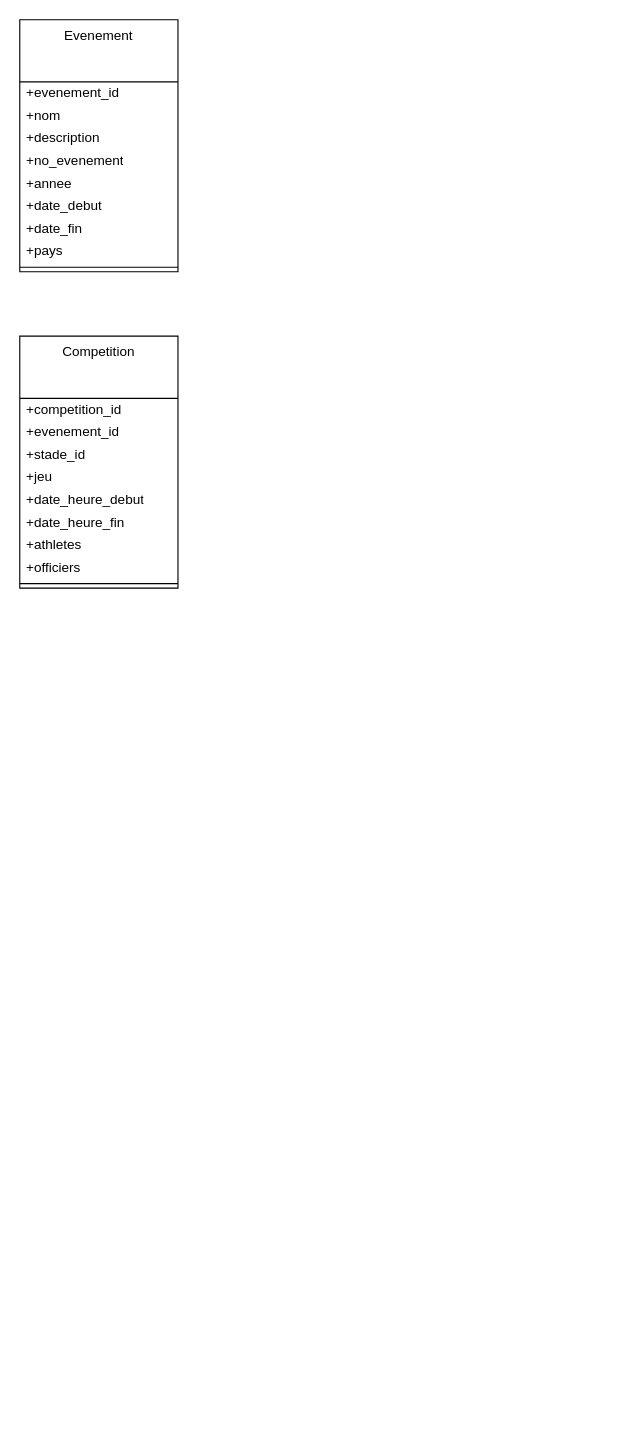
Above: nosql.drawio in Kaji17/Diagramme-UML (draw.io), before the change. Source tidied: cells renumbered, new cells numbered last; positions are measured from the earlier drawing's top-left corner, leaving out a move shared by most shapes. Both pictures are drawn from the tidied source at 113%, with x=0, y=0 at pixel (19, 19).
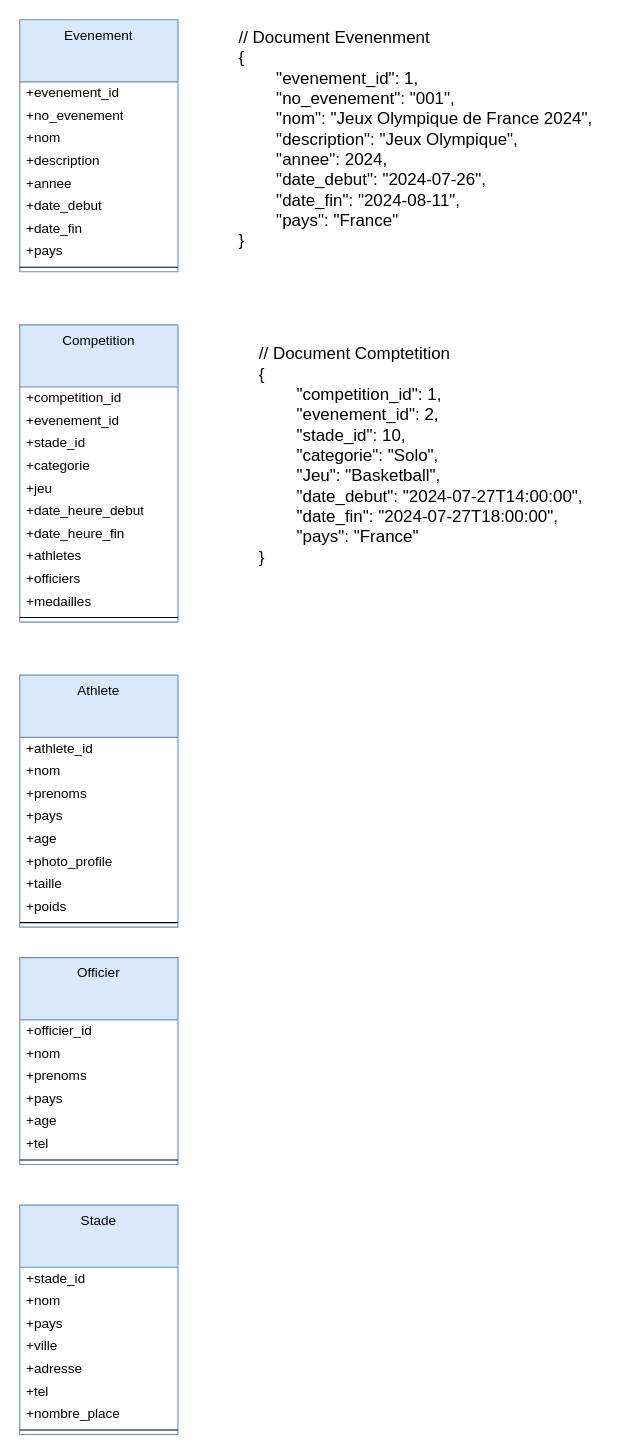
After the change.

Commit message:
Mettre à jour nosql.drawio

Change to the diagram source:
```diff
@@
-    <mxCell id="2" value="Evenement" style="swimlane;fontStyle=0;align=center;verticalAlign=top;horizontal=1;startSize=55;html=1;whiteSpace=wrap;" parent="1" vertex="1">
+    <mxCell id="2" value="Evenement" style="swimlane;fontStyle=0;align=center;verticalAlign=top;horizontal=1;startSize=55;html=1;whiteSpace=wrap;fillColor=#dae8fc;strokeColor=#6c8ebf;" parent="1" vertex="1">
       <mxGeometry width="140" height="223" as="geometry" />
     </mxCell>
@@
+    <mxCell id="6" value="+no_evenement" style="text;html=1;strokeColor=none;fillColor=none;align=left;verticalAlign=middle;spacingLeft=4;spacingRight=4;overflow=hidden;whiteSpace=wrap;" parent="2" vertex="1">
+      <mxGeometry y="75" width="140" height="20" as="geometry" />
+    </mxCell>
     <mxCell id="4" value="+nom" style="text;html=1;strokeColor=none;fillColor=none;align=left;verticalAlign=middle;spacingLeft=4;spacingRight=4;overflow=hidden;whiteSpace=wrap;" parent="2" vertex="1">
-      <mxGeometry y="75" width="140" height="20" as="geometry" />
+      <mxGeometry y="95" width="140" height="20" as="geometry" />
     </mxCell>
     <mxCell id="5" value="+description" style="text;html=1;strokeColor=none;fillColor=none;align=left;verticalAlign=middle;spacingLeft=4;spacingRight=4;overflow=hidden;whiteSpace=wrap;" parent="2" vertex="1">
-      <mxGeometry y="95" width="140" height="20" as="geometry" />
+      <mxGeometry y="115" width="140" height="20" as="geometry" />
     </mxCell>
-    <mxCell id="6" value="+no_evenement" style="text;html=1;strokeColor=none;fillColor=none;align=left;verticalAlign=middle;spacingLeft=4;spacingRight=4;overflow=hidden;whiteSpace=wrap;" parent="2" vertex="1">
-      <mxGeometry y="115" width="140" height="20" as="geometry" />
-    </mxCell>
@@
-    <mxCell id="12" value="Competition" style="swimlane;fontStyle=0;align=center;verticalAlign=top;horizontal=1;startSize=55;html=1;whiteSpace=wrap;" parent="1" vertex="1">
-      <mxGeometry y="280" width="140" height="223" as="geometry" />
+    <mxCell id="12" value="Competition" style="swimlane;fontStyle=0;align=center;verticalAlign=top;horizontal=1;startSize=55;html=1;whiteSpace=wrap;fillColor=#dae8fc;strokeColor=#6c8ebf;" parent="1" vertex="1">
+      <mxGeometry y="270" width="140" height="263" as="geometry" />
     </mxCell>
@@
+    <mxCell id="22" value="+categorie" style="text;html=1;strokeColor=none;fillColor=none;align=left;verticalAlign=middle;spacingLeft=4;spacingRight=4;overflow=hidden;whiteSpace=wrap;" parent="12" vertex="1">
+      <mxGeometry y="115" width="140" height="20" as="geometry" />
+    </mxCell>
     <mxCell id="16" value="+jeu" style="text;html=1;strokeColor=none;fillColor=none;align=left;verticalAlign=middle;spacingLeft=4;spacingRight=4;overflow=hidden;whiteSpace=wrap;" parent="12" vertex="1">
-      <mxGeometry y="115" width="140" height="20" as="geometry" />
+      <mxGeometry y="135" width="140" height="20" as="geometry" />
     </mxCell>
     <mxCell id="17" value="+date_heure_debut" style="text;html=1;strokeColor=none;fillColor=none;align=left;verticalAlign=middle;spacingLeft=4;spacingRight=4;overflow=hidden;whiteSpace=wrap;" parent="12" vertex="1">
-      <mxGeometry y="135" width="140" height="20" as="geometry" />
+      <mxGeometry y="155" width="140" height="20" as="geometry" />
     </mxCell>
     <mxCell id="18" value="+date_heure_fin" style="text;html=1;strokeColor=none;fillColor=none;align=left;verticalAlign=middle;spacingLeft=4;spacingRight=4;overflow=hidden;whiteSpace=wrap;" parent="12" vertex="1">
-      <mxGeometry y="155" width="140" height="20" as="geometry" />
+      <mxGeometry y="175" width="140" height="20" as="geometry" />
     </mxCell>
     <mxCell id="19" value="+athletes" style="text;html=1;strokeColor=none;fillColor=none;align=left;verticalAlign=middle;spacingLeft=4;spacingRight=4;overflow=hidden;whiteSpace=wrap;" parent="12" vertex="1">
-      <mxGeometry y="175" width="140" height="20" as="geometry" />
+      <mxGeometry y="195" width="140" height="20" as="geometry" />
     </mxCell>
     <mxCell id="20" value="+officiers" style="text;html=1;strokeColor=none;fillColor=none;align=left;verticalAlign=middle;spacingLeft=4;spacingRight=4;overflow=hidden;whiteSpace=wrap;" parent="12" vertex="1">
-      <mxGeometry y="195" width="140" height="20" as="geometry" />
+      <mxGeometry y="215" width="140" height="20" as="geometry" />
     </mxCell>
+    <mxCell id="23" value="+medailles" style="text;html=1;strokeColor=none;fillColor=none;align=left;verticalAlign=middle;spacingLeft=4;spacingRight=4;overflow=hidden;whiteSpace=wrap;" parent="12" vertex="1">
+      <mxGeometry y="235" width="140" height="20" as="geometry" />
+    </mxCell>
     <mxCell id="21" style="line;strokeWidth=1;fillColor=none;align=left;verticalAlign=middle;spacingTop=-1;spacingLeft=3;spacingRight=3;labelPosition=right;" parent="12" vertex="1">
-      <mxGeometry y="215" width="140" height="8" as="geometry" />
+      <mxGeometry y="255" width="140" height="8" as="geometry" />
     </mxCell>
+    <mxCell id="24" value="Athlete" style="swimlane;fontStyle=0;align=center;verticalAlign=top;horizontal=1;startSize=55;html=1;whiteSpace=wrap;fillColor=#dae8fc;strokeColor=#6c8ebf;" parent="1" vertex="1">
+      <mxGeometry y="580" width="140" height="223" as="geometry" />
+    </mxCell>
+    <mxCell id="25" value="+athlete_id" style="text;html=1;strokeColor=none;fillColor=none;align=left;verticalAlign=middle;spacingLeft=4;spacingRight=4;overflow=hidden;whiteSpace=wrap;" parent="24" vertex="1">
+      <mxGeometry y="55" width="140" height="20" as="geometry" />
+    </mxCell>
+    <mxCell id="26" value="+nom" style="text;html=1;strokeColor=none;fillColor=none;align=left;verticalAlign=middle;spacingLeft=4;spacingRight=4;overflow=hidden;whiteSpace=wrap;" parent="24" vertex="1">
+      <mxGeometry y="75" width="140" height="20" as="geometry" />
+    </mxCell>
+    <mxCell id="27" value="+prenoms" style="text;html=1;strokeColor=none;fillColor=none;align=left;verticalAlign=middle;spacingLeft=4;spacingRight=4;overflow=hidden;whiteSpace=wrap;" parent="24" vertex="1">
+      <mxGeometry y="95" width="140" height="20" as="geometry" />
+    </mxCell>
+    <mxCell id="28" value="+pays" style="text;html=1;strokeColor=none;fillColor=none;align=left;verticalAlign=middle;spacingLeft=4;spacingRight=4;overflow=hidden;whiteSpace=wrap;" parent="24" vertex="1">
+      <mxGeometry y="115" width="140" height="20" as="geometry" />
+    </mxCell>
+    <mxCell id="29" value="+age" style="text;html=1;strokeColor=none;fillColor=none;align=left;verticalAlign=middle;spacingLeft=4;spacingRight=4;overflow=hidden;whiteSpace=wrap;" parent="24" vertex="1">
+      <mxGeometry y="135" width="140" height="20" as="geometry" />
+    </mxCell>
+    <mxCell id="30" value="+photo_profile" style="text;html=1;strokeColor=none;fillColor=none;align=left;verticalAlign=middle;spacingLeft=4;spacingRight=4;overflow=hidden;whiteSpace=wrap;" parent="24" vertex="1">
+      <mxGeometry y="155" width="140" height="20" as="geometry" />
+    </mxCell>
+    <mxCell id="31" value="+taille" style="text;html=1;strokeColor=none;fillColor=none;align=left;verticalAlign=middle;spacingLeft=4;spacingRight=4;overflow=hidden;whiteSpace=wrap;" parent="24" vertex="1">
+      <mxGeometry y="175" width="140" height="20" as="geometry" />
+    </mxCell>
+    <mxCell id="32" value="+poids" style="text;html=1;strokeColor=none;fillColor=none;align=left;verticalAlign=middle;spacingLeft=4;spacingRight=4;overflow=hidden;whiteSpace=wrap;" parent="24" vertex="1">
+      <mxGeometry y="195" width="140" height="20" as="geometry" />
+    </mxCell>
+    <mxCell id="33" style="line;strokeWidth=1;fillColor=none;align=left;verticalAlign=middle;spacingTop=-1;spacingLeft=3;spacingRight=3;labelPosition=right;" parent="24" vertex="1">
+      <mxGeometry y="215" width="140" height="8" as="geometry" />
+    </mxCell>
+    <mxCell id="34" value="Officier" style="swimlane;fontStyle=0;align=center;verticalAlign=top;horizontal=1;startSize=55;html=1;whiteSpace=wrap;fillColor=#dae8fc;strokeColor=#6c8ebf;" parent="1" vertex="1">
+      <mxGeometry y="830" width="140" height="183" as="geometry" />
+    </mxCell>
+    <mxCell id="35" value="+officier_id" style="text;html=1;strokeColor=none;fillColor=none;align=left;verticalAlign=middle;spacingLeft=4;spacingRight=4;overflow=hidden;whiteSpace=wrap;" parent="34" vertex="1">
+      <mxGeometry y="55" width="140" height="20" as="geometry" />
+    </mxCell>
+    <mxCell id="36" value="+nom" style="text;html=1;strokeColor=none;fillColor=none;align=left;verticalAlign=middle;spacingLeft=4;spacingRight=4;overflow=hidden;whiteSpace=wrap;" parent="34" vertex="1">
+      <mxGeometry y="75" width="140" height="20" as="geometry" />
+    </mxCell>
+    <mxCell id="37" value="+prenoms" style="text;html=1;strokeColor=none;fillColor=none;align=left;verticalAlign=middle;spacingLeft=4;spacingRight=4;overflow=hidden;whiteSpace=wrap;" parent="34" vertex="1">
+      <mxGeometry y="95" width="140" height="20" as="geometry" />
+    </mxCell>
+    <mxCell id="38" value="+pays" style="text;html=1;strokeColor=none;fillColor=none;align=left;verticalAlign=middle;spacingLeft=4;spacingRight=4;overflow=hidden;whiteSpace=wrap;" parent="34" vertex="1">
+      <mxGeometry y="115" width="140" height="20" as="geometry" />
+    </mxCell>
+    <mxCell id="39" value="+age" style="text;html=1;strokeColor=none;fillColor=none;align=left;verticalAlign=middle;spacingLeft=4;spacingRight=4;overflow=hidden;whiteSpace=wrap;" parent="34" vertex="1">
+      <mxGeometry y="135" width="140" height="20" as="geometry" />
+    </mxCell>
+    <mxCell id="40" value="+tel" style="text;html=1;strokeColor=none;fillColor=none;align=left;verticalAlign=middle;spacingLeft=4;spacingRight=4;overflow=hidden;whiteSpace=wrap;" parent="34" vertex="1">
+      <mxGeometry y="155" width="140" height="20" as="geometry" />
+    </mxCell>
+    <mxCell id="41" style="line;strokeWidth=1;fillColor=none;align=left;verticalAlign=middle;spacingTop=-1;spacingLeft=3;spacingRight=3;labelPosition=right;" parent="34" vertex="1">
+      <mxGeometry y="175" width="140" height="8" as="geometry" />
+    </mxCell>
+    <mxCell id="42" value="Stade" style="swimlane;fontStyle=0;align=center;verticalAlign=top;horizontal=1;startSize=55;html=1;whiteSpace=wrap;fillColor=#dae8fc;strokeColor=#6c8ebf;" parent="1" vertex="1">
+      <mxGeometry y="1049" width="140" height="203" as="geometry" />
+    </mxCell>
+    <mxCell id="43" value="+stade_id" style="text;html=1;strokeColor=none;fillColor=none;align=left;verticalAlign=middle;spacingLeft=4;spacingRight=4;overflow=hidden;whiteSpace=wrap;" parent="42" vertex="1">
+      <mxGeometry y="55" width="140" height="20" as="geometry" />
+    </mxCell>
+    <mxCell id="44" value="+nom" style="text;html=1;strokeColor=none;fillColor=none;align=left;verticalAlign=middle;spacingLeft=4;spacingRight=4;overflow=hidden;whiteSpace=wrap;" parent="42" vertex="1">
+      <mxGeometry y="75" width="140" height="20" as="geometry" />
+    </mxCell>
+    <mxCell id="45" value="+pays" style="text;html=1;strokeColor=none;fillColor=none;align=left;verticalAlign=middle;spacingLeft=4;spacingRight=4;overflow=hidden;whiteSpace=wrap;" parent="42" vertex="1">
+      <mxGeometry y="95" width="140" height="20" as="geometry" />
+    </mxCell>
+    <mxCell id="46" value="+ville" style="text;html=1;strokeColor=none;fillColor=none;align=left;verticalAlign=middle;spacingLeft=4;spacingRight=4;overflow=hidden;whiteSpace=wrap;" parent="42" vertex="1">
+      <mxGeometry y="115" width="140" height="20" as="geometry" />
+    </mxCell>
+    <mxCell id="47" value="+adresse" style="text;html=1;strokeColor=none;fillColor=none;align=left;verticalAlign=middle;spacingLeft=4;spacingRight=4;overflow=hidden;whiteSpace=wrap;" parent="42" vertex="1">
+      <mxGeometry y="135" width="140" height="20" as="geometry" />
+    </mxCell>
+    <mxCell id="48" value="+tel" style="text;html=1;strokeColor=none;fillColor=none;align=left;verticalAlign=middle;spacingLeft=4;spacingRight=4;overflow=hidden;whiteSpace=wrap;" parent="42" vertex="1">
+      <mxGeometry y="155" width="140" height="20" as="geometry" />
+    </mxCell>
+    <mxCell id="49" value="+nombre_place" style="text;html=1;strokeColor=none;fillColor=none;align=left;verticalAlign=middle;spacingLeft=4;spacingRight=4;overflow=hidden;whiteSpace=wrap;" parent="42" vertex="1">
+      <mxGeometry y="175" width="140" height="20" as="geometry" />
+    </mxCell>
+    <mxCell id="50" style="line;strokeWidth=1;fillColor=none;align=left;verticalAlign=middle;spacingTop=-1;spacingLeft=3;spacingRight=3;labelPosition=right;" parent="42" vertex="1">
+      <mxGeometry y="195" width="140" height="8" as="geometry" />
+    </mxCell>
+    <mxCell id="51" value="&lt;div style=&quot;font-size: 15px;&quot;&gt;&lt;span style=&quot;background-color: initial;&quot;&gt;&lt;font style=&quot;font-size: 15px;&quot;&gt;// Document Evenenment&lt;/font&gt;&lt;/span&gt;&lt;/div&gt;&lt;div style=&quot;font-size: 15px;&quot;&gt;&lt;span style=&quot;background-color: initial;&quot;&gt;&lt;font style=&quot;font-size: 15px;&quot;&gt;{&lt;/font&gt;&lt;/span&gt;&lt;/div&gt;&lt;div style=&quot;font-size: 15px;&quot;&gt;&lt;span style=&quot;background-color: initial;&quot; class=&quot;hljs-attr&quot;&gt;&lt;span style=&quot;white-space-collapse: preserve;&quot;&gt;&#9;&lt;/span&gt;&quot;evenement_id&quot;&lt;/span&gt;&lt;span style=&quot;background-color: initial;&quot; class=&quot;hljs-punctuation&quot;&gt;:&lt;/span&gt;&lt;span style=&quot;background-color: initial;&quot;&gt;&amp;nbsp;1&lt;/span&gt;&lt;span style=&quot;background-color: initial;&quot; class=&quot;hljs-punctuation&quot;&gt;,&lt;/span&gt;&lt;/div&gt;&lt;span style=&quot;font-size: 15px;&quot; class=&quot;hljs-attr&quot;&gt;&lt;/span&gt;&lt;div style=&quot;font-size: 15px;&quot;&gt;&lt;font style=&quot;font-size: 15px;&quot;&gt;&lt;span style=&quot;background-color: initial;&quot; class=&quot;hljs-attr&quot;&gt;&lt;span style=&quot;white-space: pre;&quot;&gt;&#9;&lt;/span&gt;&quot;no_evenement&quot;&lt;/span&gt;&lt;span style=&quot;background-color: initial;&quot; class=&quot;hljs-punctuation&quot;&gt;:&lt;/span&gt;&lt;span style=&quot;background-color: initial;&quot;&gt; &lt;/span&gt;&lt;span style=&quot;background-color: initial;&quot; class=&quot;hljs-string&quot;&gt;&quot;001&quot;&lt;/span&gt;&lt;span style=&quot;background-color: initial;&quot; class=&quot;hljs-punctuation&quot;&gt;,&lt;/span&gt;&lt;/font&gt;&lt;/div&gt;&lt;div style=&quot;font-size: 15px;&quot;&gt;&lt;font style=&quot;font-size: 15px;&quot;&gt;&lt;span style=&quot;background-color: initial;&quot; class=&quot;hljs-punctuation&quot;&gt;&lt;span style=&quot;white-space: pre;&quot;&gt;&#9;&lt;/span&gt;&quot;nom&quot;: &quot;Jeux Olympique de France 2024&quot;,&lt;br&gt;&lt;/span&gt;&lt;/font&gt;&lt;/div&gt;&lt;div style=&quot;font-size: 15px;&quot;&gt;&lt;font style=&quot;font-size: 15px;&quot;&gt;&lt;span style=&quot;background-color: initial;&quot; class=&quot;hljs-punctuation&quot;&gt;&lt;span style=&quot;white-space: pre;&quot;&gt;&#9;&lt;/span&gt;&quot;description&quot;: &quot;Jeux Olympique&quot;,&lt;br&gt;&lt;/span&gt;&lt;/font&gt;&lt;/div&gt;    &lt;span style=&quot;font-size: 15px;&quot; class=&quot;hljs-attr&quot;&gt;&lt;div style=&quot;&quot;&gt;&lt;font style=&quot;font-size: 15px;&quot;&gt;&lt;span style=&quot;background-color: initial;&quot; class=&quot;hljs-attr&quot;&gt;&lt;span style=&quot;white-space: pre;&quot;&gt;&#9;&lt;/span&gt;&quot;annee&quot;&lt;/span&gt;&lt;span style=&quot;background-color: initial;&quot; class=&quot;hljs-punctuation&quot;&gt;:&lt;/span&gt;&lt;span style=&quot;background-color: initial;&quot;&gt; &lt;/span&gt;&lt;span style=&quot;background-color: initial;&quot; class=&quot;hljs-number&quot;&gt;2024&lt;/span&gt;&lt;span style=&quot;background-color: initial;&quot; class=&quot;hljs-punctuation&quot;&gt;,&lt;/span&gt;&lt;/font&gt;&lt;/div&gt;&lt;/span&gt;&lt;div style=&quot;font-size: 15px;&quot;&gt;&lt;font style=&quot;font-size: 15px;&quot;&gt;&lt;span style=&quot;background-color: initial;&quot; class=&quot;hljs-attr&quot;&gt;&lt;span style=&quot;white-space: pre;&quot;&gt;&#9;&lt;/span&gt;&quot;date_debut&quot;&lt;/span&gt;&lt;span style=&quot;background-color: initial;&quot; class=&quot;hljs-punctuation&quot;&gt;:&lt;/span&gt;&lt;span style=&quot;background-color: initial;&quot;&gt; &lt;/span&gt;&lt;span style=&quot;background-color: initial;&quot; class=&quot;hljs-string&quot;&gt;&quot;2024-07-26&quot;&lt;/span&gt;&lt;span style=&quot;background-color: initial;&quot; class=&quot;hljs-punctuation&quot;&gt;,&lt;/span&gt;&lt;/font&gt;&lt;/div&gt;    &lt;span style=&quot;font-size: 15px;&quot; class=&quot;hljs-attr&quot;&gt;&lt;div style=&quot;&quot;&gt;&lt;font style=&quot;font-size: 15px;&quot;&gt;&lt;span style=&quot;background-color: initial;&quot; class=&quot;hljs-attr&quot;&gt;&lt;span style=&quot;white-space: pre;&quot;&gt;&#9;&lt;/span&gt;&quot;date_fin&quot;&lt;/span&gt;&lt;span style=&quot;background-color: initial;&quot; class=&quot;hljs-punctuation&quot;&gt;:&lt;/span&gt;&lt;span style=&quot;background-color: initial;&quot;&gt; &lt;/span&gt;&lt;span style=&quot;background-color: initial;&quot; class=&quot;hljs-string&quot;&gt;&quot;2024-08-11&quot;&lt;/span&gt;&lt;span style=&quot;background-color: initial;&quot; class=&quot;hljs-punctuation&quot;&gt;,&lt;/span&gt;&lt;/font&gt;&lt;/div&gt;&lt;/span&gt;&lt;div style=&quot;font-size: 15px;&quot;&gt;&lt;font style=&quot;font-size: 15px;&quot;&gt;&lt;span style=&quot;background-color: initial;&quot; class=&quot;hljs-attr&quot;&gt;&lt;span style=&quot;white-space: pre;&quot;&gt;&#9;&lt;/span&gt;&quot;pays&quot;&lt;/span&gt;&lt;span style=&quot;background-color: initial;&quot; class=&quot;hljs-punctuation&quot;&gt;:&lt;/span&gt;&lt;span style=&quot;background-color: initial;&quot;&gt; &lt;/span&gt;&lt;span style=&quot;background-color: initial;&quot; class=&quot;hljs-string&quot;&gt;&quot;France&quot;&lt;/span&gt;&lt;/font&gt;&lt;/div&gt;  &lt;span style=&quot;font-size: 15px;&quot; class=&quot;hljs-punctuation&quot;&gt;&lt;div style=&quot;&quot;&gt;&lt;span style=&quot;background-color: initial;&quot;&gt;&lt;font style=&quot;font-size: 15px;&quot;&gt;}&lt;/font&gt;&lt;/span&gt;&lt;/div&gt;&lt;/span&gt;" style="text;html=1;align=left;verticalAlign=middle;strokeColor=none;fillColor=none;" parent="1" vertex="1">
+      <mxGeometry x="192" width="340" height="210" as="geometry" />
+    </mxCell>
+    <mxCell id="52" value="&lt;div style=&quot;font-size: 15px;&quot;&gt;&lt;span style=&quot;background-color: initial;&quot;&gt;&lt;font style=&quot;font-size: 15px;&quot;&gt;// Document Comptetition&lt;/font&gt;&lt;/span&gt;&lt;/div&gt;&lt;div style=&quot;font-size: 15px;&quot;&gt;&lt;span style=&quot;background-color: initial;&quot;&gt;&lt;font style=&quot;font-size: 15px;&quot;&gt;{&lt;/font&gt;&lt;/span&gt;&lt;/div&gt;&lt;div style=&quot;font-size: 15px;&quot;&gt;&lt;span style=&quot;background-color: initial;&quot; class=&quot;hljs-attr&quot;&gt;&lt;span style=&quot;white-space-collapse: preserve;&quot;&gt;&#9;&lt;/span&gt;&quot;competition_id&quot;&lt;/span&gt;&lt;span style=&quot;background-color: initial;&quot; class=&quot;hljs-punctuation&quot;&gt;:&lt;/span&gt;&lt;span style=&quot;background-color: initial;&quot;&gt;&amp;nbsp;1&lt;/span&gt;&lt;span style=&quot;background-color: initial;&quot; class=&quot;hljs-punctuation&quot;&gt;,&lt;/span&gt;&lt;/div&gt;&lt;span style=&quot;font-size: 15px;&quot; class=&quot;hljs-attr&quot;&gt;&lt;/span&gt;&lt;div style=&quot;font-size: 15px;&quot;&gt;&lt;font style=&quot;font-size: 15px;&quot;&gt;&lt;span style=&quot;background-color: initial;&quot; class=&quot;hljs-attr&quot;&gt;&lt;span style=&quot;white-space: pre;&quot;&gt;&#9;&lt;/span&gt;&quot;evenement_id&quot;&lt;/span&gt;&lt;span style=&quot;background-color: initial;&quot; class=&quot;hljs-punctuation&quot;&gt;:&lt;/span&gt;&lt;span style=&quot;background-color: initial;&quot;&gt;&amp;nbsp;2&lt;/span&gt;&lt;span style=&quot;background-color: initial;&quot; class=&quot;hljs-punctuation&quot;&gt;,&lt;/span&gt;&lt;/font&gt;&lt;/div&gt;&lt;div style=&quot;font-size: 15px;&quot;&gt;&lt;font style=&quot;font-size: 15px;&quot;&gt;&lt;span style=&quot;background-color: initial;&quot; class=&quot;hljs-punctuation&quot;&gt;&lt;span style=&quot;white-space: pre;&quot;&gt;&#9;&lt;/span&gt;&quot;stade_id&quot;: 10,&lt;br&gt;&lt;/span&gt;&lt;/font&gt;&lt;/div&gt;&lt;div style=&quot;font-size: 15px;&quot;&gt;&lt;font style=&quot;font-size: 15px;&quot;&gt;&lt;span style=&quot;background-color: initial;&quot; class=&quot;hljs-punctuation&quot;&gt;&lt;span style=&quot;white-space: pre;&quot;&gt;&#9;&lt;/span&gt;&quot;categorie&quot;: &quot;Solo&quot;,&lt;br&gt;&lt;/span&gt;&lt;/font&gt;&lt;/div&gt;    &lt;span style=&quot;font-size: 15px;&quot; class=&quot;hljs-attr&quot;&gt;&lt;div style=&quot;&quot;&gt;&lt;font style=&quot;font-size: 15px;&quot;&gt;&lt;span style=&quot;background-color: initial;&quot; class=&quot;hljs-attr&quot;&gt;&lt;span style=&quot;white-space: pre;&quot;&gt;&#9;&lt;/span&gt;&quot;Jeu&quot;&lt;/span&gt;&lt;span style=&quot;background-color: initial;&quot; class=&quot;hljs-punctuation&quot;&gt;:&lt;/span&gt;&lt;span style=&quot;background-color: initial;&quot;&gt; &lt;/span&gt;&lt;span style=&quot;background-color: initial;&quot; class=&quot;hljs-number&quot;&gt;&quot;Basketball&quot;&lt;/span&gt;&lt;span style=&quot;background-color: initial;&quot; class=&quot;hljs-punctuation&quot;&gt;,&lt;/span&gt;&lt;/font&gt;&lt;/div&gt;&lt;/span&gt;&lt;div style=&quot;font-size: 15px;&quot;&gt;&lt;font style=&quot;font-size: 15px;&quot;&gt;&lt;span style=&quot;background-color: initial;&quot; class=&quot;hljs-attr&quot;&gt;&lt;span style=&quot;white-space: pre;&quot;&gt;&#9;&lt;/span&gt;&quot;date_debut&quot;&lt;/span&gt;&lt;span style=&quot;background-color: initial;&quot; class=&quot;hljs-punctuation&quot;&gt;:&lt;/span&gt;&lt;span style=&quot;background-color: initial;&quot;&gt; &lt;/span&gt;&lt;span style=&quot;background-color: initial;&quot; class=&quot;hljs-string&quot;&gt;&quot;2024-07-27T14:00:00&quot;&lt;/span&gt;&lt;span style=&quot;background-color: initial;&quot; class=&quot;hljs-punctuation&quot;&gt;,&lt;/span&gt;&lt;/font&gt;&lt;/div&gt;    &lt;span style=&quot;font-size: 15px;&quot; class=&quot;hljs-attr&quot;&gt;&lt;div style=&quot;&quot;&gt;&lt;font style=&quot;font-size: 15px;&quot;&gt;&lt;span style=&quot;background-color: initial;&quot; class=&quot;hljs-attr&quot;&gt;&lt;span style=&quot;white-space: pre;&quot;&gt;&#9;&lt;/span&gt;&quot;date_fin&quot;&lt;/span&gt;&lt;span style=&quot;background-color: initial;&quot; class=&quot;hljs-punctuation&quot;&gt;:&lt;/span&gt;&lt;span style=&quot;background-color: initial;&quot;&gt; &lt;/span&gt;&lt;span style=&quot;background-color: initial;&quot; class=&quot;hljs-string&quot;&gt;&quot;2024-07-27T18:00:00&quot;&lt;/span&gt;&lt;span style=&quot;background-color: initial;&quot; class=&quot;hljs-punctuation&quot;&gt;,&lt;/span&gt;&lt;/font&gt;&lt;/div&gt;&lt;/span&gt;&lt;div style=&quot;font-size: 15px;&quot;&gt;&lt;font style=&quot;font-size: 15px;&quot;&gt;&lt;span style=&quot;background-color: initial;&quot; class=&quot;hljs-attr&quot;&gt;&lt;span style=&quot;white-space: pre;&quot;&gt;&#9;&lt;/span&gt;&quot;pays&quot;&lt;/span&gt;&lt;span style=&quot;background-color: initial;&quot; class=&quot;hljs-punctuation&quot;&gt;:&lt;/span&gt;&lt;span style=&quot;background-color: initial;&quot;&gt; &lt;/span&gt;&lt;span style=&quot;background-color: initial;&quot; class=&quot;hljs-string&quot;&gt;&quot;France&quot;&lt;/span&gt;&lt;/font&gt;&lt;/div&gt;  &lt;span style=&quot;font-size: 15px;&quot; class=&quot;hljs-punctuation&quot;&gt;&lt;div style=&quot;&quot;&gt;&lt;span style=&quot;background-color: initial;&quot;&gt;&lt;font style=&quot;font-size: 15px;&quot;&gt;}&lt;/font&gt;&lt;/span&gt;&lt;/div&gt;&lt;/span&gt;" style="text;html=1;align=left;verticalAlign=middle;strokeColor=none;fillColor=none;" parent="1" vertex="1">
+      <mxGeometry x="210" y="280" width="310" height="210" as="geometry" />
+    </mxCell>
```
